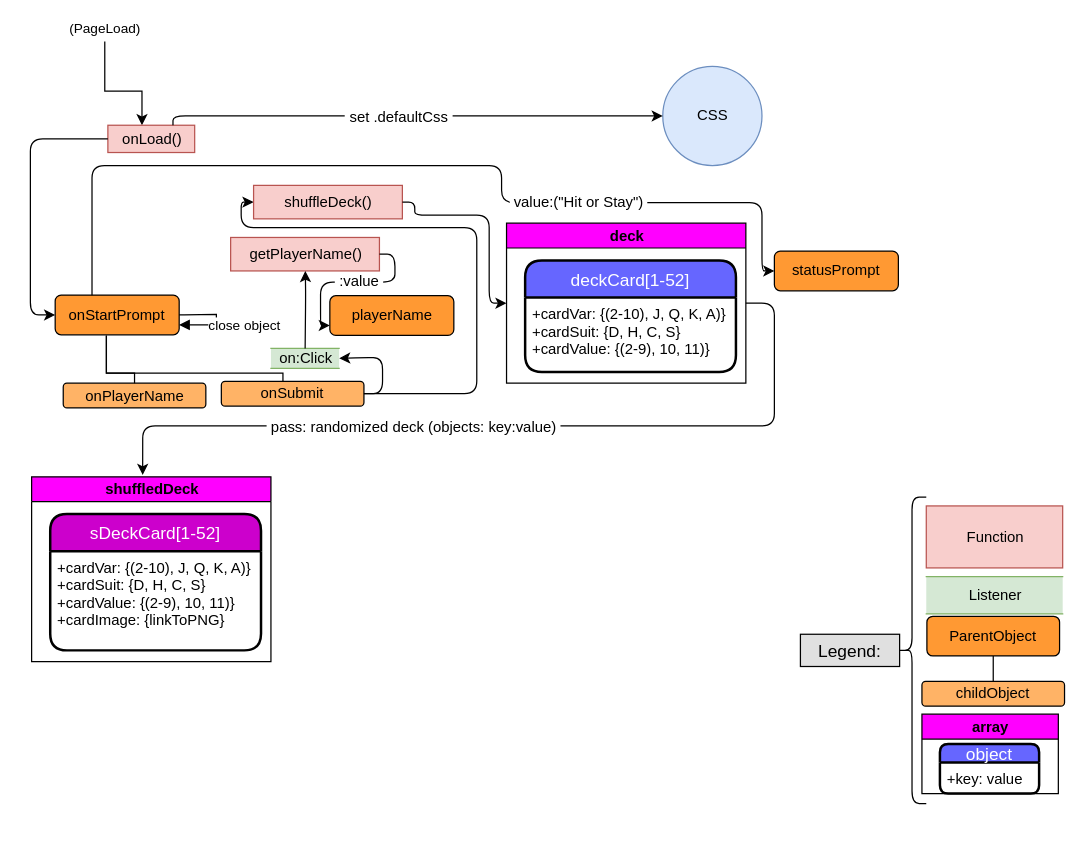
This is page "jsControlFlow" (1 of 2) of project/Ga-Project1-WireFrames.drawio from sageguy09/ga-project1-blackjack, a draw.io file, before an edit. Source tidied: cells renumbered, new cells numbered last; positions are measured from the earlier drawing's top-left corner, leaving out a move shared by most shapes. Both pictures are drawn from the tidied source at 124%, with x=0, y=0 at pixel (30, 29).
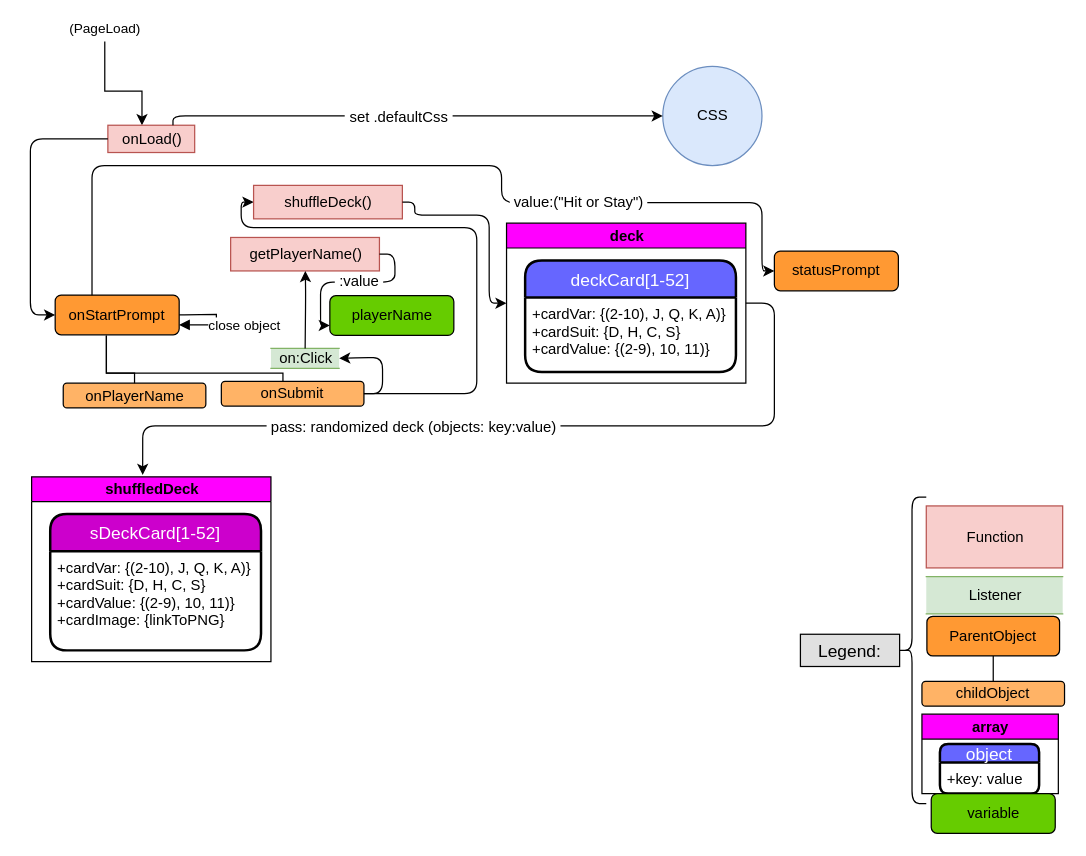
The same page after the edit.

Commit message (it also covers changes not shown here):
updated wireframe variables/colors. started onStartPrompt functions

Diff of the diagram source:
```diff
@@
-    <mxCell id="24" value="playerName" style="rounded=1;whiteSpace=wrap;html=1;fillColor=#FF9933;" parent="1" vertex="1">
+    <mxCell id="24" value="playerName" style="rounded=1;whiteSpace=wrap;html=1;fillColor=#66CC00;" parent="1" vertex="1">
       <mxGeometry x="241.5" y="215" width="100" height="32" as="geometry" />
     </mxCell>
@@
+    <mxCell id="45" value="variable" style="rounded=1;whiteSpace=wrap;html=1;fillColor=#66CC00;" parent="1" vertex="1">
+      <mxGeometry x="726.5" y="616.5" width="100" height="32" as="geometry" />
+    </mxCell>
```
